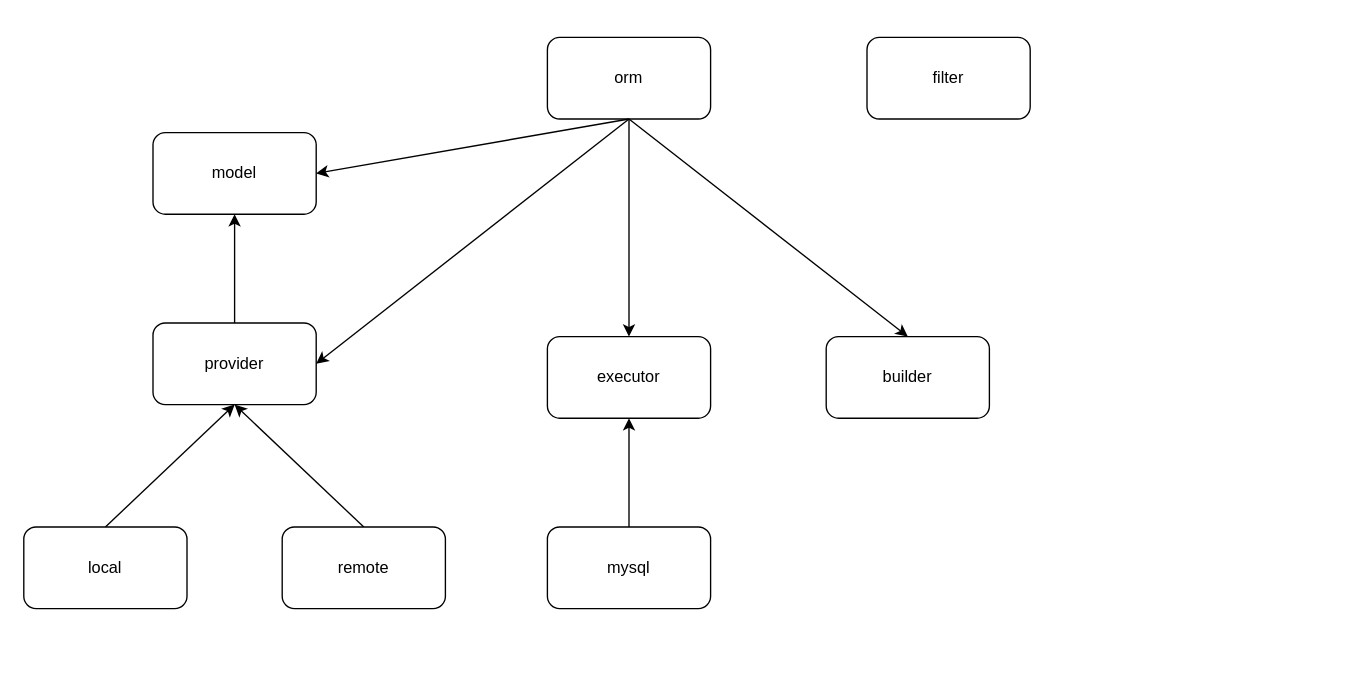
muidea/magicOrm keeps this draw.io diagram as doc/magicOrm.drawio. Above is the earlier version. Source tidied: cells renumbered, new cells numbered last; positions are measured from the earlier drawing's top-left corner, leaving out a move shared by most shapes. Both pictures are drawn from the tidied source at 136%, with x=0, y=0 at pixel (23, 37).
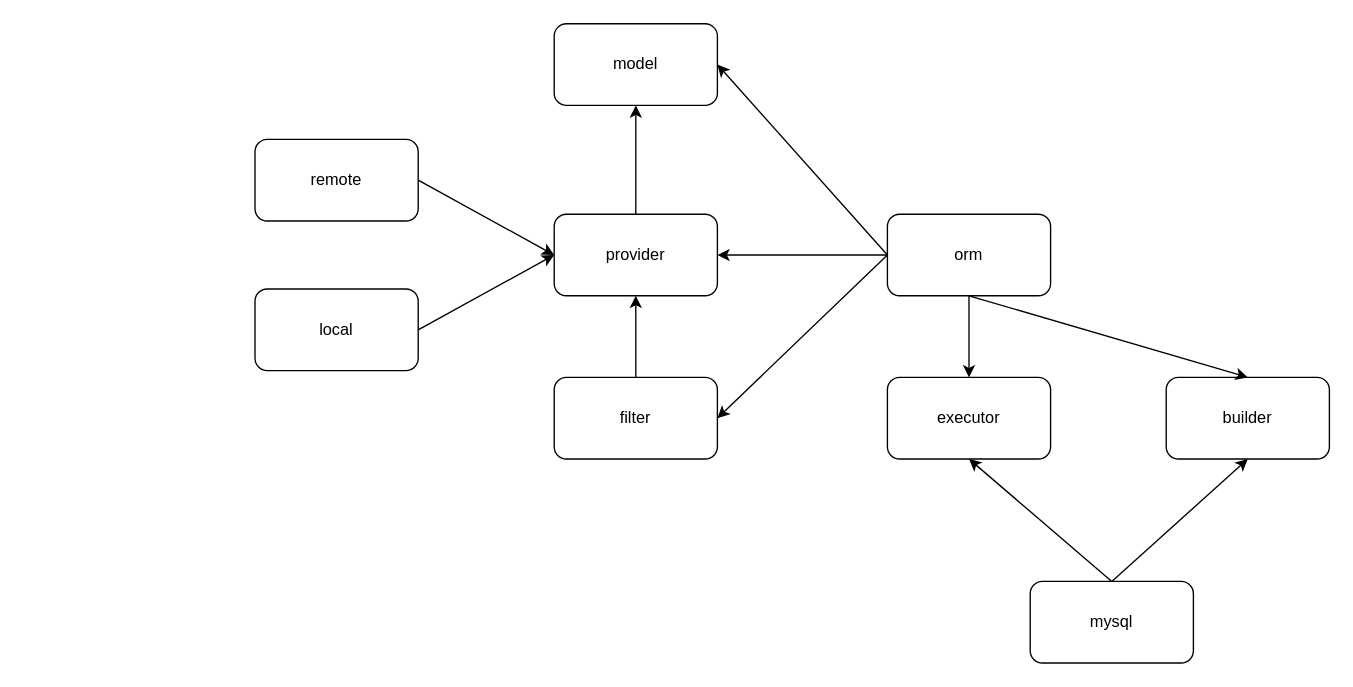
After the change.

What changed in the source:
```diff
@@
     <mxCell id="2" value="model" style="rounded=1;whiteSpace=wrap;html=1;" parent="1" vertex="1">
-      <mxGeometry x="95" y="70" width="120" height="60" as="geometry" />
+      <mxGeometry x="390" y="-10" width="120" height="60" as="geometry" />
     </mxCell>
     <mxCell id="3" value="provider" style="rounded=1;whiteSpace=wrap;html=1;" parent="1" vertex="1">
-      <mxGeometry x="95" y="210" width="120" height="60" as="geometry" />
+      <mxGeometry x="390" y="130" width="120" height="60" as="geometry" />
     </mxCell>
-    <mxCell id="4" style="endArrow=classic;html=1;entryX=0.5;entryY=1;entryDx=0;entryDy=0;exitX=0.5;exitY=0;exitDx=0;exitDy=0;" parent="1" edge="1" source="3" target="2">
-      <mxGeometry relative="1" as="geometry" />
-    </mxCell>
-    <mxCell id="5" style="endArrow=classic;html=1;entryX=0.5;entryY=1;entryDx=0;entryDy=0;exitX=0.5;exitY=0;exitDx=0;exitDy=0;" parent="1" edge="1" source="8" target="3">
+    <mxCell id="5" style="endArrow=classic;html=1;entryX=0;entryY=0.5;entryDx=0;entryDy=0;exitX=1;exitY=0.5;exitDx=0;exitDy=0;" parent="1" edge="1" source="8" target="3">
       <mxGeometry relative="1" as="geometry" />
     </mxCell>
-    <mxCell id="6" style="endArrow=classic;html=1;exitX=0.5;exitY=0;exitDx=0;exitDy=0;entryX=0.5;entryY=1;entryDx=0;entryDy=0;" parent="1" edge="1" source="9" target="3">
+    <mxCell id="6" style="endArrow=classic;html=1;exitX=1;exitY=0.5;exitDx=0;exitDy=0;entryX=0;entryY=0.5;entryDx=0;entryDy=0;" parent="1" edge="1" source="9" target="3">
       <mxGeometry relative="1" as="geometry" />
     </mxCell>
-    <mxCell id="7" style="group;" parent="1" vertex="1">
-      <mxGeometry y="360" width="310" height="60" as="geometry" />
-    </mxCell>
-    <mxCell id="8" value="local" style="rounded=1;whiteSpace=wrap;html=1;" parent="7" vertex="1">
-      <mxGeometry width="120" height="60" as="geometry" />
-    </mxCell>
-    <mxCell id="9" value="remote" style="rounded=1;whiteSpace=wrap;html=1;" parent="7" vertex="1">
-      <mxGeometry x="190" width="120" height="60" as="geometry" />
-    </mxCell>
     <mxCell id="10" value="orm" style="rounded=1;whiteSpace=wrap;html=1;" parent="1" vertex="1">
-      <mxGeometry x="385" width="120" height="60" as="geometry" />
+      <mxGeometry x="635" y="130" width="120" height="60" as="geometry" />
     </mxCell>
     <mxCell id="11" value="executor" style="rounded=1;whiteSpace=wrap;html=1;" parent="1" vertex="1">
-      <mxGeometry x="385" y="220" width="120" height="60" as="geometry" />
+      <mxGeometry x="635" y="250" width="120" height="60" as="geometry" />
     </mxCell>
     <mxCell id="12" value="mysql" style="rounded=1;whiteSpace=wrap;html=1;" parent="1" vertex="1">
-      <mxGeometry x="385" y="360" width="120" height="60" as="geometry" />
+      <mxGeometry x="740" y="400" width="120" height="60" as="geometry" />
     </mxCell>
-    <mxCell id="13" style="endArrow=classic;html=1;entryX=0.5;entryY=1;entryDx=0;entryDy=0;" parent="1" edge="1" source="12" target="11">
+    <mxCell id="13" style="endArrow=classic;html=1;entryX=0.5;entryY=1;entryDx=0;entryDy=0;exitX=0.5;exitY=0;exitDx=0;exitDy=0;" parent="1" edge="1" source="12" target="11">
       <mxGeometry relative="1" as="geometry" />
     </mxCell>
-    <mxCell id="14" style="endArrow=classic;html=1;exitX=0.5;exitY=1;exitDx=0;exitDy=0;entryX=1;entryY=0.5;entryDx=0;entryDy=0;" parent="1" edge="1" source="10" target="2">
+    <mxCell id="14" style="endArrow=classic;html=1;exitX=0;exitY=0.5;exitDx=0;exitDy=0;entryX=1;entryY=0.5;entryDx=0;entryDy=0;" parent="1" edge="1" source="10" target="2">
       <mxGeometry relative="1" as="geometry" />
     </mxCell>
@@
-    <mxCell id="16" style="endArrow=classic;html=1;entryX=1;entryY=0.5;entryDx=0;entryDy=0;exitX=0.5;exitY=1;exitDx=0;exitDy=0;" parent="1" edge="1" source="10" target="3">
+    <mxCell id="16" style="endArrow=classic;html=1;entryX=1;entryY=0.5;entryDx=0;entryDy=0;exitX=0;exitY=0.5;exitDx=0;exitDy=0;" parent="1" edge="1" source="10" target="3">
       <mxGeometry relative="1" as="geometry" />
     </mxCell>
     <mxCell id="17" value="builder" style="rounded=1;whiteSpace=wrap;html=1;" parent="1" vertex="1">
-      <mxGeometry x="590" y="220" width="120" height="60" as="geometry" />
+      <mxGeometry x="840" y="250" width="120" height="60" as="geometry" />
     </mxCell>
@@
     <mxCell id="19" value="filter" style="rounded=1;whiteSpace=wrap;html=1;" parent="1" vertex="1">
-      <mxGeometry x="620" width="120" height="60" as="geometry" />
+      <mxGeometry x="390" y="250" width="120" height="60" as="geometry" />
     </mxCell>
+    <mxCell id="20" style="endArrow=classic;html=1;entryX=0.5;entryY=1;entryDx=0;entryDy=0;exitX=0.5;exitY=0;exitDx=0;exitDy=0;" parent="1" edge="1" source="19" target="3">
+      <mxGeometry relative="1" as="geometry" />
+    </mxCell>
+    <mxCell id="4" style="endArrow=classic;html=1;entryX=0.5;entryY=1;entryDx=0;entryDy=0;exitX=0.5;exitY=0;exitDx=0;exitDy=0;" parent="1" edge="1" source="3" target="2">
+      <mxGeometry relative="1" as="geometry" />
+    </mxCell>
+    <mxCell id="8" value="local" style="rounded=1;whiteSpace=wrap;html=1;" parent="1" vertex="1">
+      <mxGeometry x="170" y="185" width="120" height="60" as="geometry" />
+    </mxCell>
+    <mxCell id="9" value="remote" style="rounded=1;whiteSpace=wrap;html=1;" parent="1" vertex="1">
+      <mxGeometry x="170" y="75" width="120" height="60" as="geometry" />
+    </mxCell>
+    <mxCell id="21" style="endArrow=classic;html=1;exitX=0;exitY=0.5;exitDx=0;exitDy=0;entryX=1;entryY=0.5;entryDx=0;entryDy=0;" parent="1" edge="1" source="10" target="19">
+      <mxGeometry relative="1" as="geometry" />
+    </mxCell>
+    <mxCell id="22" style="endArrow=classic;html=1;entryX=0.5;entryY=1;entryDx=0;entryDy=0;exitX=0.5;exitY=0;exitDx=0;exitDy=0;" parent="1" edge="1" source="12" target="17">
+      <mxGeometry relative="1" as="geometry" />
+    </mxCell>
```
